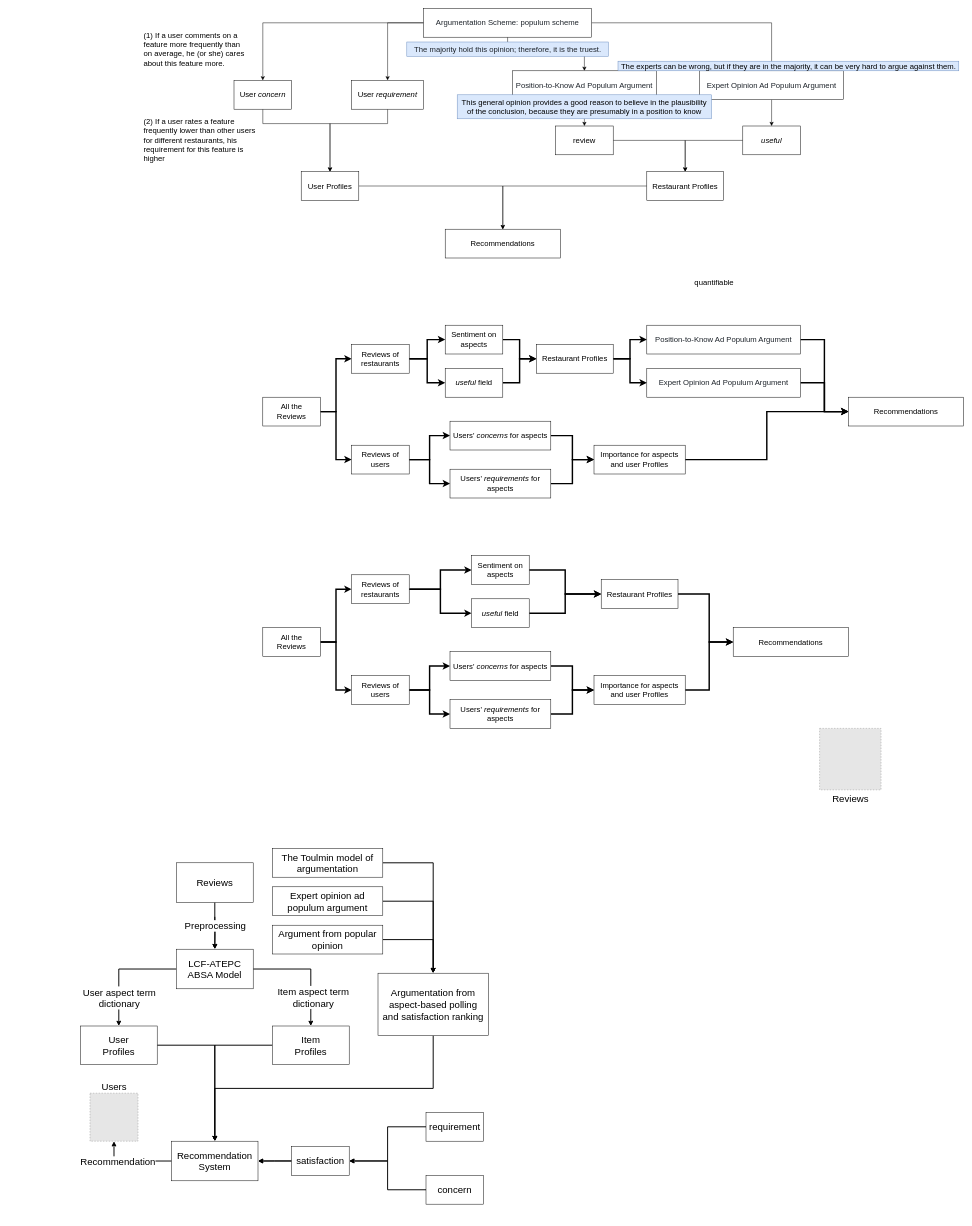
This is argumentation.drawio from FengfanHu/Diagram, a draw.io file, before an edit. Source tidied: cells renumbered, new cells numbered last; positions are measured from the earlier drawing's top-left corner, leaving out a move shared by most shapes. Both pictures are drawn from the tidied source at 48%, with x=0, y=0 at pixel (80, 8). Pictures stored in the file or linked from it are replaced by grey dashed boxes.
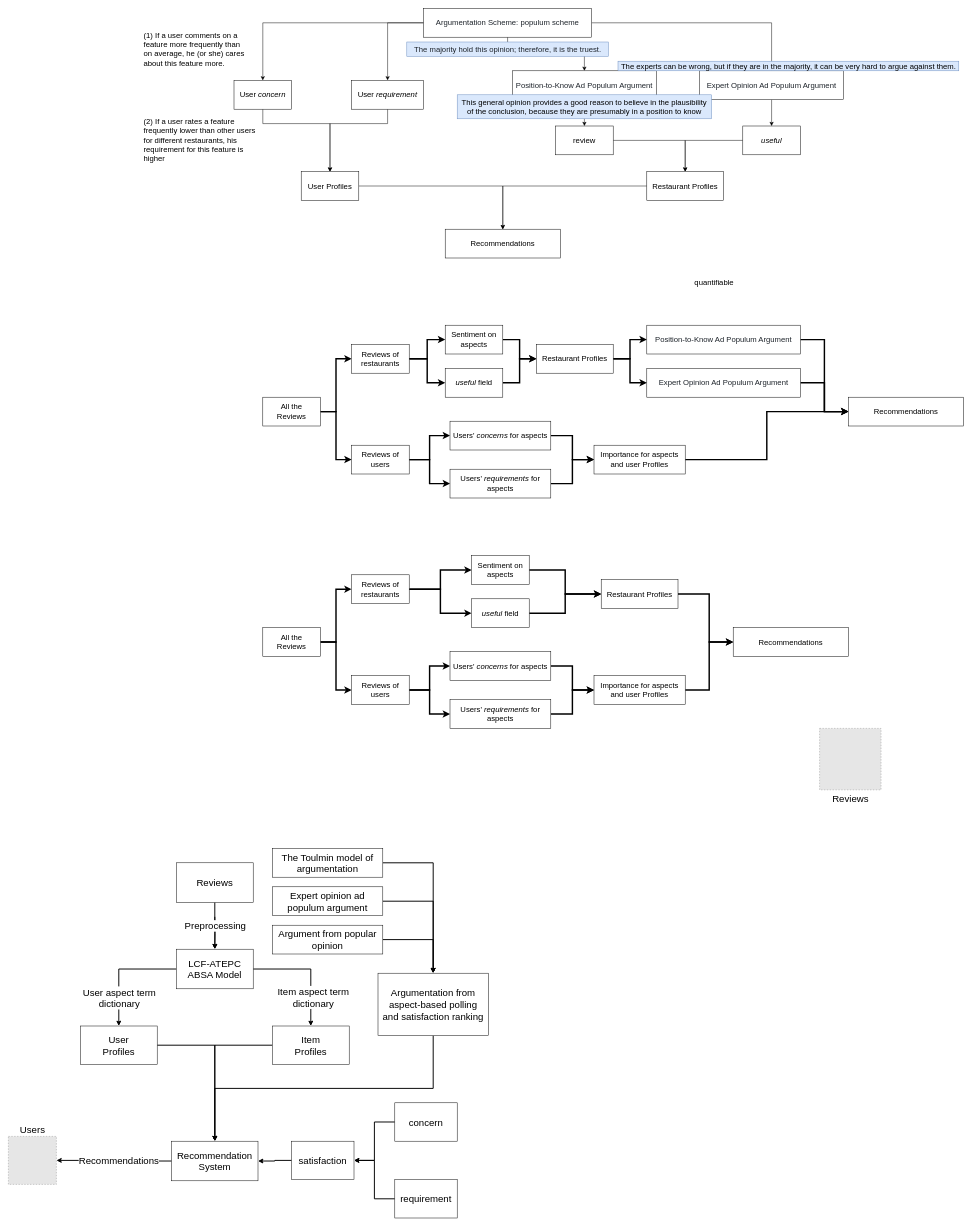
Above is the later version.

Unchanged cells that the change refers to:
```xml
<mxCell id="96" value="Recommendation System" style="whiteSpace=wrap;html=1;fontSize=20;" parent="1" vertex="1">
  <mxGeometry x="190" y="2360" width="180" height="82.5" as="geometry" />
</mxCell>
```

Diff of the diagram source:
```diff
@@
     <mxCell id="79" value="Users" style="fillColor=#E6E6E6;strokeColor=#999999;dashed=1;html=1;verticalAlign=bottom;verticalLabelPosition=top;labelBackgroundColor=#ffffff;fontSize=20;labelPosition=center;align=center;" parent="1" vertex="1">
-      <mxGeometry x="20" y="2260" width="100" height="100" as="geometry" />
+      <mxGeometry x="-150" y="2350" width="100" height="100" as="geometry" />
     </mxCell>
@@
-    <mxCell id="94" style="edgeStyle=orthogonalEdgeStyle;rounded=0;jettySize=auto;html=1;entryX=0.5;entryY=1;entryDx=0;entryDy=0;fontSize=20;strokeWidth=2;" parent="1" edge="1" source="96" target="79">
+    <mxCell id="94" style="edgeStyle=orthogonalEdgeStyle;rounded=0;jettySize=auto;html=1;entryX=1;entryY=0.5;entryDx=0;entryDy=0;fontSize=20;strokeWidth=2;" parent="1" edge="1" source="96" target="79">
       <mxGeometry relative="1" as="geometry" />
     </mxCell>
-    <mxCell id="95" value="Recommendation" style="edgeLabel;html=1;align=center;verticalAlign=middle;fontSize=20;" parent="94" vertex="1">
-      <mxGeometry x="0.4" y="1" relative="1" as="geometry" />
+    <mxCell id="95" value="Recommendations" style="edgeLabel;html=1;align=center;verticalAlign=middle;fontSize=20;" parent="94" vertex="1">
+      <mxGeometry x="0.4" y="1" relative="1" as="geometry">
+        <mxPoint x="57" y="-1" as="offset" />
+      </mxGeometry>
     </mxCell>
@@
-    <mxCell id="105" style="edgeStyle=orthogonalEdgeStyle;rounded=0;jettySize=auto;html=1;entryX=1;entryY=0.5;entryDx=0;entryDy=0;fontSize=20;strokeWidth=2;" parent="1" edge="1" source="106" target="111">
-      <mxGeometry relative="1" as="geometry" />
-    </mxCell>
-    <mxCell id="106" value="concern" style="whiteSpace=wrap;html=1;fontSize=20;" parent="1" vertex="1">
-      <mxGeometry x="720" y="2431.2" width="120" height="60" as="geometry" />
-    </mxCell>
-    <mxCell id="107" style="edgeStyle=orthogonalEdgeStyle;rounded=0;jettySize=auto;html=1;entryX=1;entryY=0.5;entryDx=0;entryDy=0;fontSize=20;strokeWidth=2;" parent="1" edge="1" source="108" target="111">
+    <mxCell id="107" style="edgeStyle=orthogonalEdgeStyle;rounded=0;jettySize=auto;html=1;strokeWidth=2;" parent="1" edge="1" source="108" target="111">
       <mxGeometry relative="1" as="geometry" />
     </mxCell>
-    <mxCell id="108" value="requirement" style="whiteSpace=wrap;html=1;fontSize=20;" parent="1" vertex="1">
-      <mxGeometry x="720" y="2300" width="120" height="60" as="geometry" />
+    <mxCell id="108" value="concern" style="whiteSpace=wrap;html=1;fontSize=20;" parent="1" vertex="1">
+      <mxGeometry x="655" y="2280" width="130" height="80" as="geometry" />
     </mxCell>
-    <mxCell id="109" style="edgeStyle=orthogonalEdgeStyle;rounded=0;jettySize=auto;html=1;entryX=1;entryY=0.5;entryDx=0;entryDy=0;fontSize=20;strokeWidth=2;" parent="1" edge="1" source="111" target="96">
-      <mxGeometry relative="1" as="geometry" />
-    </mxCell>
-    <mxCell id="110" style="edgeStyle=orthogonalEdgeStyle;rounded=0;jettySize=auto;html=1;fontSize=20;strokeWidth=2;" parent="1" edge="1" source="111" target="96">
-      <mxGeometry relative="1" as="geometry" />
-    </mxCell>
+    <mxCell id="112" style="edgeStyle=orthogonalEdgeStyle;rounded=0;jettySize=auto;html=1;strokeWidth=2;" parent="1" edge="1" source="113" target="111">
+      <mxGeometry relative="1" as="geometry" />
+    </mxCell>
+    <mxCell id="113" value="requirement" style="whiteSpace=wrap;html=1;fontSize=20;" parent="1" vertex="1">
+      <mxGeometry x="655" y="2440" width="130" height="80" as="geometry" />
+    </mxCell>
+    <mxCell id="114" style="edgeStyle=orthogonalEdgeStyle;rounded=0;jettySize=auto;html=1;strokeWidth=2;" parent="1" edge="1" source="111" target="96">
+      <mxGeometry relative="1" as="geometry" />
+    </mxCell>
     <mxCell id="111" value="satisfaction" style="whiteSpace=wrap;html=1;fontSize=20;" parent="1" vertex="1">
-      <mxGeometry x="440" y="2371.2" width="120" height="60" as="geometry" />
+      <mxGeometry x="440" y="2360" width="130" height="80" as="geometry" />
     </mxCell>
```
